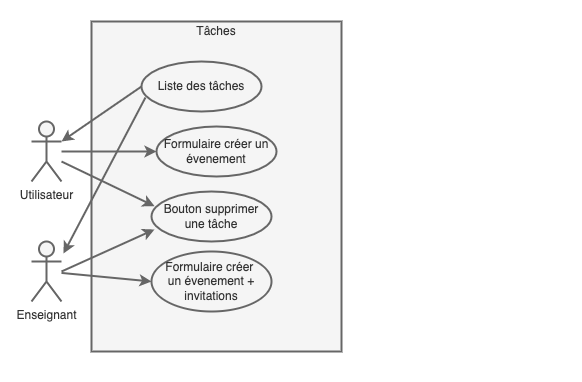
The draw.io diagram taches-usage.drawio.png in TanguyLunais-Robin/TestTest2020, before a commit. Source tidied: cells renumbered, new cells last; positions are measured from the earlier drawing's top-left corner, leaving out a move shared by most shapes.
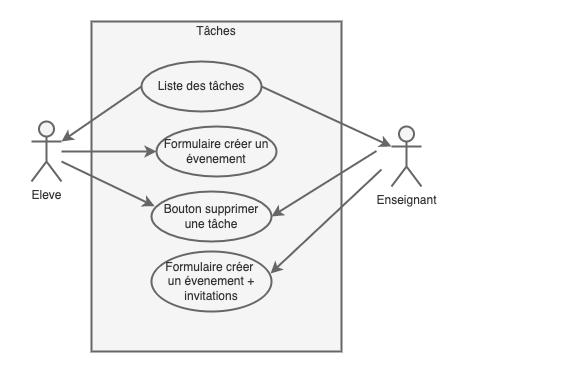
After the commit.

Diff of the diagram source:
```diff
@@ -16,7 +16,7 @@
         <mxPoint x="60" y="150" as="sourcePoint" />
       </mxGeometry>
     </mxCell>
-    <mxCell id="6" value="Utilisateur" style="shape=umlActor;verticalLabelPosition=bottom;verticalAlign=top;html=1;outlineConnect=0;strokeWidth=2;fillColor=#f5f5f5;strokeColor=#666666;fontColor=#333333;" parent="1" vertex="1">
+    <mxCell id="6" value="Eleve&lt;br&gt;" style="shape=umlActor;verticalLabelPosition=bottom;verticalAlign=top;html=1;outlineConnect=0;strokeWidth=2;fillColor=#f5f5f5;strokeColor=#666666;fontColor=#333333;" parent="1" vertex="1">
       <mxGeometry x="30" y="120" width="30" height="60" as="geometry" />
     </mxCell>
     <mxCell id="7" value="Tâches" style="text;html=1;align=center;verticalAlign=middle;whiteSpace=wrap;rounded=0;strokeWidth=2;fontColor=#333333;" parent="1" vertex="1">
@@ -37,23 +37,25 @@
       </mxGeometry>
     </mxCell>
     <mxCell id="12" value="Enseignant" style="shape=umlActor;verticalLabelPosition=bottom;verticalAlign=top;html=1;outlineConnect=0;strokeWidth=2;fillColor=#f5f5f5;strokeColor=#666666;fontColor=#333333;" parent="1" vertex="1">
-      <mxGeometry x="30" y="240" width="30" height="60" as="geometry" />
+      <mxGeometry x="390" y="125" width="30" height="60" as="geometry" />
     </mxCell>
     <mxCell id="13" value="Formulaire créer &lt;br&gt;un évenement + invitations" style="ellipse;whiteSpace=wrap;html=1;strokeWidth=2;fillColor=#f5f5f5;strokeColor=#666666;fontColor=#333333;" parent="1" vertex="1">
       <mxGeometry x="150" y="250" width="120" height="60" as="geometry" />
     </mxCell>
-    <mxCell id="14" style="rounded=0;jettySize=auto;html=1;strokeWidth=2;fillColor=#f5f5f5;strokeColor=#666666;entryX=0;entryY=0.5;entryDx=0;entryDy=0;" parent="1" edge="1" source="12" target="13">
-      <mxGeometry relative="1" as="geometry" />
-    </mxCell>
-    <mxCell id="15" style="rounded=0;jettySize=auto;html=1;strokeWidth=2;fillColor=#f5f5f5;strokeColor=#666666;entryX=0.025;entryY=0.76;entryDx=0;entryDy=0;entryPerimeter=0;" parent="1" edge="1" target="10">
-      <mxGeometry relative="1" as="geometry">
-        <mxPoint x="60" y="270" as="sourcePoint" />
-      </mxGeometry>
-    </mxCell>
-    <mxCell id="16" style="rounded=0;jettySize=auto;html=1;strokeWidth=2;fillColor=#f5f5f5;strokeColor=#666666;entryX=0.033;entryY=0.72;entryDx=0;entryDy=0;entryPerimeter=0;exitX=0.033;exitY=0.72;exitDx=0;exitDy=0;exitPerimeter=0;" parent="1" edge="1" source="8">
-      <mxGeometry relative="1" as="geometry">
-        <mxPoint x="62" y="252" as="targetPoint" />
-      </mxGeometry>
-    </mxCell>
+    <mxCell id="17" style="rounded=0;jettySize=auto;html=1;strokeWidth=2;fillColor=#f5f5f5;strokeColor=#666666;entryX=0;entryY=0.3333333333333333;entryDx=0;entryDy=0;entryPerimeter=0;" parent="1" edge="1" target="12">
+      <mxGeometry relative="1" as="geometry">
+        <mxPoint x="260" y="85" as="sourcePoint" />
+      </mxGeometry>
+    </mxCell>
+    <mxCell id="18" style="rounded=0;jettySize=auto;html=1;strokeWidth=2;fillColor=#f5f5f5;strokeColor=#666666;entryX=1;entryY=0.5;entryDx=0;entryDy=0;" parent="1" edge="1" target="10">
+      <mxGeometry relative="1" as="geometry">
+        <mxPoint x="375" y="149.5" as="sourcePoint" />
+      </mxGeometry>
+    </mxCell>
+    <mxCell id="19" style="rounded=0;jettySize=auto;html=1;strokeWidth=2;fillColor=#f5f5f5;strokeColor=#666666;entryX=0.992;entryY=0.367;entryDx=0;entryDy=0;entryPerimeter=0;" parent="1" edge="1" target="13">
+      <mxGeometry relative="1" as="geometry">
+        <mxPoint x="380" y="168" as="sourcePoint" />
+      </mxGeometry>
+    </mxCell>
   </root>
 </mxGraphModel>
```
